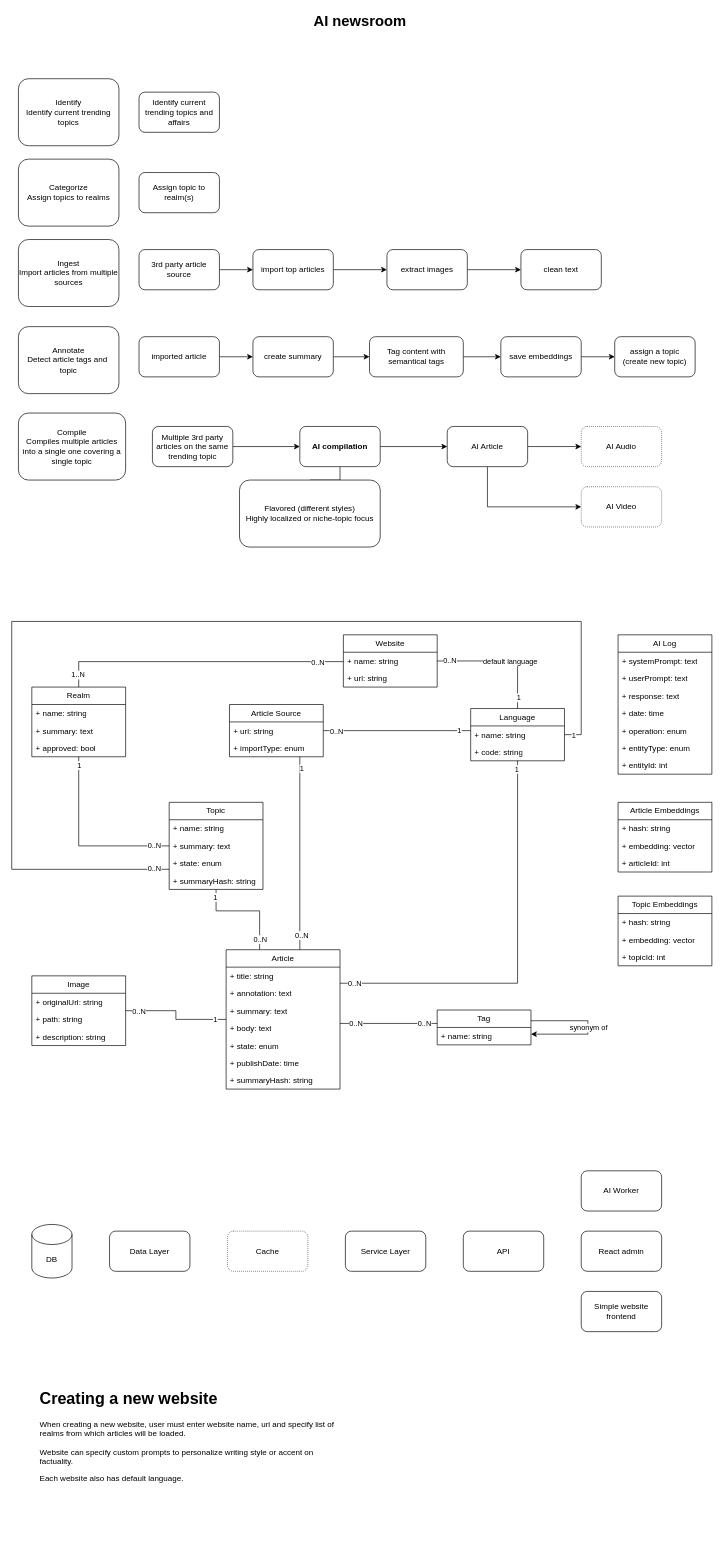
Before: doc/WorldNews.drawio in lotcz/world-news, a draw.io diagram. Source tidied: cells renumbered, new cells numbered last; positions are measured from the earlier drawing's top-left corner, leaving out a move shared by most shapes. Both pictures are drawn from the tidied source at 67%, with x=0, y=0 at pixel (11, 11).
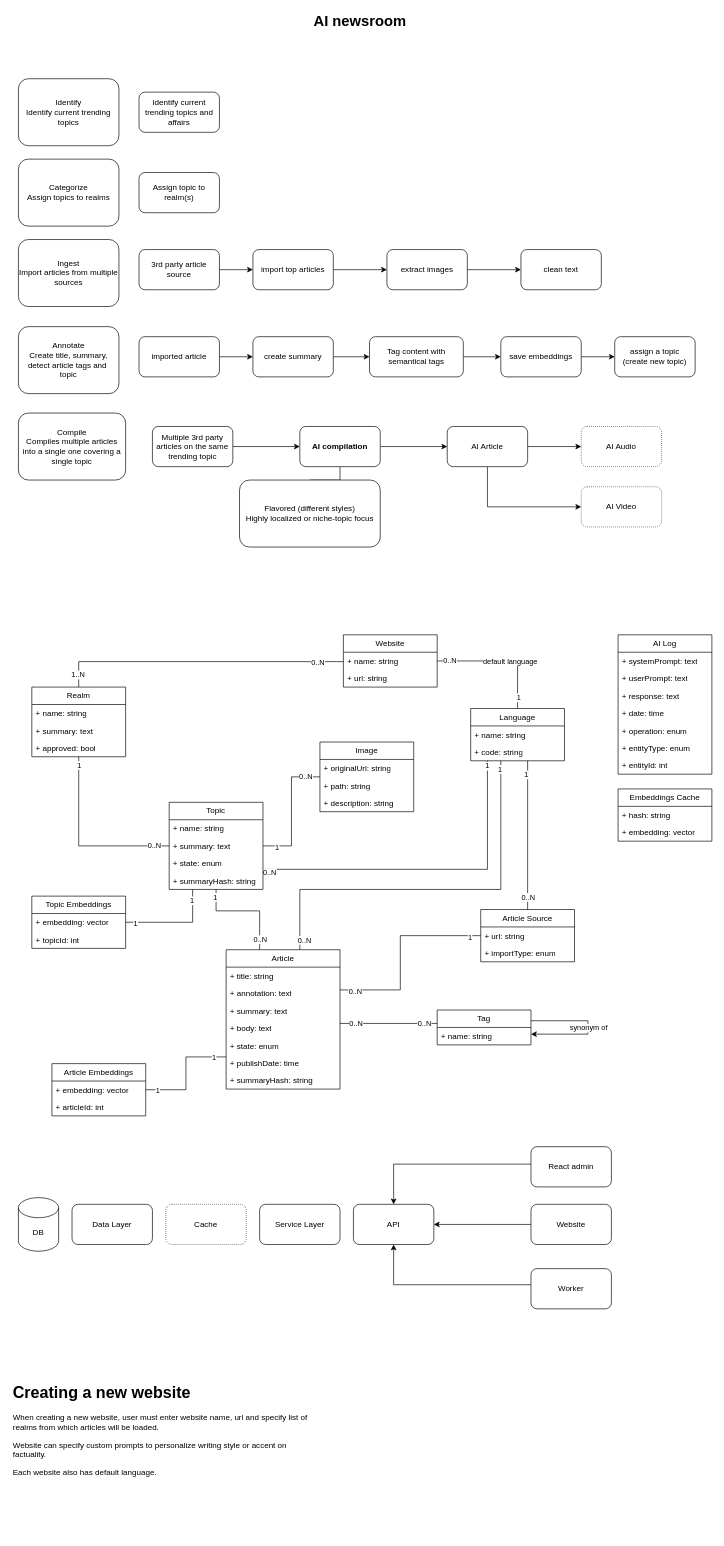
Above is the later version.

Unchanged cells that the change refers to:
```xml
<mxCell id="28" value="Topic" style="swimlane;fontStyle=0;horizontal=1;startSize=26;fillColor=none;whiteSpace=wrap;html=1;" parent="1" vertex="1">
  <mxGeometry x="235" y="1180" width="140" height="130" as="geometry" />
</mxCell>
<mxCell id="39" value="Language" style="swimlane;fontStyle=0;horizontal=1;startSize=26;fillColor=none;whiteSpace=wrap;html=1;" parent="1" vertex="1">
  <mxGeometry x="685" y="1040" width="140" height="78" as="geometry" />
</mxCell>
<mxCell id="51" value="Article" style="swimlane;fontStyle=0;horizontal=1;startSize=26;fillColor=none;whiteSpace=wrap;html=1;" parent="1" vertex="1">
  <mxGeometry x="320" y="1400" width="170" height="208" as="geometry" />
</mxCell>
```

The edit, as a diff of the source:
```diff
@@
     <mxCell id="25" style="edgeStyle=orthogonalEdgeStyle;rounded=0;jettySize=auto;html=1;endArrow=none;endFill=0;" parent="1" edge="1" source="28" target="39">
       <mxGeometry relative="1" as="geometry">
         <Array as="points">
-          <mxPoint y="1280" />
-          <mxPoint y="910" />
-          <mxPoint x="850" y="910" />
-          <mxPoint x="850" y="1079" />
+          <mxPoint x="710" y="1280" />
         </Array>
       </mxGeometry>
     </mxCell>
@@
     <mxCell id="33" style="edgeStyle=orthogonalEdgeStyle;shape=connector;rounded=0;jettySize=auto;html=1;strokeColor=default;align=center;verticalAlign=middle;fontFamily=Helvetica;fontSize=11;fontColor=default;labelBackgroundColor=default;endArrow=none;endFill=0;" parent="1" edge="1" source="36" target="39">
       <mxGeometry relative="1" as="geometry">
         <Array as="points">
-          <mxPoint x="645" y="1073" />
-          <mxPoint x="645" y="1073" />
+          <mxPoint x="770" y="1073" />
         </Array>
       </mxGeometry>
     </mxCell>
@@
     <mxCell id="36" value="Article Source" style="swimlane;fontStyle=0;horizontal=1;startSize=26;fillColor=none;whiteSpace=wrap;html=1;" parent="1" vertex="1">
-      <mxGeometry x="325" y="1034" width="140" height="78" as="geometry" />
+      <mxGeometry x="700" y="1340" width="140" height="78" as="geometry" />
     </mxCell>
@@
     <mxCell id="42" style="edgeStyle=orthogonalEdgeStyle;rounded=0;jettySize=auto;html=1;endArrow=none;endFill=0;" parent="1" edge="1" source="51" target="39">
       <mxGeometry relative="1" as="geometry">
         <Array as="points">
-          <mxPoint x="755" y="1450" />
+          <mxPoint x="430" y="1310" />
+          <mxPoint x="730" y="1310" />
         </Array>
       </mxGeometry>
     </mxCell>
@@
     <mxCell id="48" style="edgeStyle=orthogonalEdgeStyle;shape=connector;rounded=0;jettySize=auto;html=1;strokeColor=default;align=center;verticalAlign=middle;fontFamily=Helvetica;fontSize=11;fontColor=default;labelBackgroundColor=default;endArrow=none;endFill=0;" parent="1" edge="1" source="51" target="36">
       <mxGeometry relative="1" as="geometry">
         <Array as="points">
-          <mxPoint x="430" y="1330" />
-          <mxPoint x="430" y="1330" />
+          <mxPoint x="580" y="1460" />
+          <mxPoint x="580" y="1379" />
         </Array>
       </mxGeometry>
     </mxCell>
@@
-    <mxCell id="66" style="edgeStyle=orthogonalEdgeStyle;rounded=0;jettySize=auto;html=1;endArrow=none;endFill=0;" parent="1" edge="1" source="69" target="51">
+    <mxCell id="66" style="edgeStyle=orthogonalEdgeStyle;rounded=0;jettySize=auto;html=1;endArrow=none;endFill=0;" parent="1" edge="1" source="69" target="28">
       <mxGeometry relative="1" as="geometry" />
     </mxCell>
@@
     <mxCell id="69" value="Image" style="swimlane;fontStyle=0;horizontal=1;startSize=26;fillColor=none;whiteSpace=wrap;html=1;" parent="1" vertex="1">
-      <mxGeometry x="30" y="1439" width="140" height="104" as="geometry" />
+      <mxGeometry x="460" y="1090" width="140" height="104" as="geometry" />
     </mxCell>
@@
-    <mxCell id="73" value="Annotate&lt;br&gt;&lt;div&gt;Detect article tags and&amp;nbsp; topic&lt;/div&gt;" style="rounded=1;whiteSpace=wrap;html=1;" parent="1" vertex="1">
+    <mxCell id="73" value="Annotate&lt;br&gt;&lt;div&gt;Create title, summary, detect article tags and&amp;nbsp; topic&lt;/div&gt;" style="rounded=1;whiteSpace=wrap;html=1;" parent="1" vertex="1">
       <mxGeometry x="10" y="470" width="150" height="100" as="geometry" />
     </mxCell>
@@
     <mxCell id="97" value="DB" style="shape=cylinder3;whiteSpace=wrap;html=1;boundedLbl=1;backgroundOutline=1;size=15;" parent="1" vertex="1">
-      <mxGeometry x="30" y="1810" width="60" height="80" as="geometry" />
+      <mxGeometry x="10" y="1770" width="60" height="80" as="geometry" />
     </mxCell>
-    <mxCell id="98" value="AI Worker" style="rounded=1;whiteSpace=wrap;html=1;" parent="1" vertex="1">
-      <mxGeometry x="850" y="1730" width="120" height="60" as="geometry" />
-    </mxCell>
-    <mxCell id="99" value="Simple website frontend" style="rounded=1;whiteSpace=wrap;html=1;" parent="1" vertex="1">
-      <mxGeometry x="850" y="1910" width="120" height="60" as="geometry" />
-    </mxCell>
+    <mxCell id="127" style="edgeStyle=orthogonalEdgeStyle;shape=connector;rounded=0;jettySize=auto;html=1;strokeColor=default;align=center;verticalAlign=middle;fontFamily=Helvetica;fontSize=11;fontColor=default;labelBackgroundColor=default;endArrow=classic;endFill=1;" parent="1" edge="1" source="100" target="102">
+      <mxGeometry relative="1" as="geometry">
+        <Array as="points">
+          <mxPoint x="570" y="1720" />
+        </Array>
+      </mxGeometry>
+    </mxCell>
     <mxCell id="100" value="React admin" style="rounded=1;whiteSpace=wrap;html=1;" parent="1" vertex="1">
-      <mxGeometry x="850" y="1820" width="120" height="60" as="geometry" />
+      <mxGeometry x="775" y="1694" width="120" height="60" as="geometry" />
     </mxCell>
@@
     <mxCell id="102" value="API" style="rounded=1;whiteSpace=wrap;html=1;" parent="1" vertex="1">
-      <mxGeometry x="674" y="1820" width="120" height="60" as="geometry" />
+      <mxGeometry x="510" y="1780" width="120" height="60" as="geometry" />
     </mxCell>
     <mxCell id="103" value="Data Layer" style="rounded=1;whiteSpace=wrap;html=1;" parent="1" vertex="1">
-      <mxGeometry x="146" y="1820" width="120" height="60" as="geometry" />
+      <mxGeometry x="90" y="1780" width="120" height="60" as="geometry" />
     </mxCell>
     <mxCell id="104" value="Cache" style="rounded=1;whiteSpace=wrap;html=1;dashed=1;dashPattern=1 2;" parent="1" vertex="1">
-      <mxGeometry x="322" y="1820" width="120" height="60" as="geometry" />
+      <mxGeometry x="230" y="1780" width="120" height="60" as="geometry" />
     </mxCell>
     <mxCell id="105" value="Service Layer" style="rounded=1;whiteSpace=wrap;html=1;" parent="1" vertex="1">
-      <mxGeometry x="498" y="1820" width="120" height="60" as="geometry" />
+      <mxGeometry x="370" y="1780" width="120" height="60" as="geometry" />
     </mxCell>
@@
     <mxCell id="113" value="&lt;h1 style=&quot;margin-top: 0px;&quot;&gt;Creating a new website&lt;/h1&gt;&lt;p&gt;When creating a new website, user must enter website name, url and specify l&lt;span style=&quot;background-color: transparent; color: light-dark(rgb(0, 0, 0), rgb(255, 255, 255));&quot;&gt;ist of realms from which articles will be loaded.&lt;/span&gt;&lt;/p&gt;&lt;p&gt;&lt;span style=&quot;background-color: transparent; color: light-dark(rgb(0, 0, 0), rgb(255, 255, 255));&quot;&gt;Website can specify custom prompts to personalize writing style or accent on factuality.&lt;/span&gt;&lt;/p&gt;&lt;p&gt;Each website also has default language.&lt;/p&gt;" style="text;html=1;whiteSpace=wrap;overflow=hidden;rounded=0;" parent="1" vertex="1">
-      <mxGeometry x="40" y="2050" width="450" height="220" as="geometry" />
+      <mxGeometry y="2040" width="450" height="220" as="geometry" />
     </mxCell>
@@
+    <mxCell id="128" style="edgeStyle=orthogonalEdgeStyle;shape=connector;rounded=0;jettySize=auto;html=1;strokeColor=default;align=center;verticalAlign=middle;fontFamily=Helvetica;fontSize=11;fontColor=default;labelBackgroundColor=default;endArrow=none;endFill=0;" parent="1" edge="1" source="116" target="51">
+      <mxGeometry relative="1" as="geometry">
+        <Array as="points">
+          <mxPoint x="260" y="1609" />
+          <mxPoint x="260" y="1560" />
+        </Array>
+      </mxGeometry>
+    </mxCell>
+    <mxCell id="129" value="1" style="edgeLabel;html=1;align=center;verticalAlign=middle;fontFamily=Helvetica;fontSize=11;fontColor=default;labelBackgroundColor=default;" parent="128" vertex="1">
+      <mxGeometry x="0.78" relative="1" as="geometry" />
+    </mxCell>
+    <mxCell id="130" value="1" style="edgeLabel;html=1;align=center;verticalAlign=middle;fontFamily=Helvetica;fontSize=11;fontColor=default;labelBackgroundColor=default;" parent="128" vertex="1">
+      <mxGeometry x="-0.8" relative="1" as="geometry" />
+    </mxCell>
     <mxCell id="116" value="Article Embeddings" style="swimlane;fontStyle=0;horizontal=1;startSize=26;fillColor=none;whiteSpace=wrap;html=1;" parent="1" vertex="1">
-      <mxGeometry x="905" y="1180" width="140" height="104" as="geometry" />
+      <mxGeometry x="60" y="1570" width="140" height="78" as="geometry" />
     </mxCell>
-    <mxCell id="117" value="+ hash: string" style="text;strokeColor=none;fillColor=none;align=left;verticalAlign=top;spacingLeft=4;spacingRight=4;overflow=hidden;whiteSpace=wrap;html=1;" parent="116" vertex="1">
-      <mxGeometry y="26" width="140" height="26" as="geometry" />
-    </mxCell>
     <mxCell id="118" value="+ embedding: vector" style="text;strokeColor=none;fillColor=none;align=left;verticalAlign=top;spacingLeft=4;spacingRight=4;overflow=hidden;whiteSpace=wrap;html=1;" parent="116" vertex="1">
-      <mxGeometry y="52" width="140" height="26" as="geometry" />
+      <mxGeometry y="26" width="140" height="26" as="geometry" />
     </mxCell>
     <mxCell id="119" value="+ articleId: int" style="text;strokeColor=none;fillColor=none;align=left;verticalAlign=top;spacingLeft=4;spacingRight=4;overflow=hidden;whiteSpace=wrap;html=1;" parent="116" vertex="1">
-      <mxGeometry y="78" width="140" height="26" as="geometry" />
+      <mxGeometry y="52" width="140" height="26" as="geometry" />
     </mxCell>
+    <mxCell id="131" style="edgeStyle=orthogonalEdgeStyle;rounded=0;jettySize=auto;html=1;endArrow=none;endFill=0;" parent="1" edge="1" source="120" target="28">
+      <mxGeometry relative="1" as="geometry">
+        <Array as="points">
+          <mxPoint x="270" y="1359" />
+        </Array>
+      </mxGeometry>
+    </mxCell>
+    <mxCell id="132" value="1" style="edgeLabel;html=1;align=center;verticalAlign=middle;" parent="131" vertex="1">
+      <mxGeometry x="0.79" y="2" relative="1" as="geometry" />
+    </mxCell>
+    <mxCell id="133" value="1" style="edgeLabel;html=1;align=center;verticalAlign=middle;" parent="131" vertex="1">
+      <mxGeometry x="-0.81" y="-1" relative="1" as="geometry" />
+    </mxCell>
     <mxCell id="120" value="Topic Embeddings" style="swimlane;fontStyle=0;horizontal=1;startSize=26;fillColor=none;whiteSpace=wrap;html=1;" parent="1" vertex="1">
-      <mxGeometry x="905" y="1320" width="140" height="104" as="geometry" />
+      <mxGeometry x="30" y="1320" width="140" height="78" as="geometry" />
     </mxCell>
-    <mxCell id="121" value="+ hash: string" style="text;strokeColor=none;fillColor=none;align=left;verticalAlign=top;spacingLeft=4;spacingRight=4;overflow=hidden;whiteSpace=wrap;html=1;" parent="120" vertex="1">
-      <mxGeometry y="26" width="140" height="26" as="geometry" />
-    </mxCell>
     <mxCell id="122" value="+ embedding: vector" style="text;strokeColor=none;fillColor=none;align=left;verticalAlign=top;spacingLeft=4;spacingRight=4;overflow=hidden;whiteSpace=wrap;html=1;" parent="120" vertex="1">
-      <mxGeometry y="52" width="140" height="26" as="geometry" />
+      <mxGeometry y="26" width="140" height="26" as="geometry" />
     </mxCell>
     <mxCell id="123" value="+ topicId: int" style="text;strokeColor=none;fillColor=none;align=left;verticalAlign=top;spacingLeft=4;spacingRight=4;overflow=hidden;whiteSpace=wrap;html=1;" parent="120" vertex="1">
-      <mxGeometry y="78" width="140" height="26" as="geometry" />
+      <mxGeometry y="52" width="140" height="26" as="geometry" />
     </mxCell>
@@
+    <mxCell id="134" style="edgeStyle=orthogonalEdgeStyle;rounded=0;jettySize=auto;html=1;" parent="1" edge="1" source="135" target="102">
+      <mxGeometry relative="1" as="geometry">
+        <Array as="points">
+          <mxPoint x="690" y="1810" />
+          <mxPoint x="690" y="1810" />
+        </Array>
+      </mxGeometry>
+    </mxCell>
+    <mxCell id="135" value="Website" style="rounded=1;whiteSpace=wrap;html=1;" parent="1" vertex="1">
+      <mxGeometry x="775" y="1780" width="120" height="60" as="geometry" />
+    </mxCell>
+    <mxCell id="136" style="edgeStyle=orthogonalEdgeStyle;rounded=0;jettySize=auto;html=1;" parent="1" edge="1" source="137" target="102">
+      <mxGeometry relative="1" as="geometry">
+        <Array as="points">
+          <mxPoint x="570" y="1900" />
+        </Array>
+      </mxGeometry>
+    </mxCell>
+    <mxCell id="137" value="Worker" style="rounded=1;whiteSpace=wrap;html=1;" parent="1" vertex="1">
+      <mxGeometry x="775" y="1876" width="120" height="60" as="geometry" />
+    </mxCell>
+    <mxCell id="138" value="Embeddings Cache" style="swimlane;fontStyle=0;horizontal=1;startSize=26;fillColor=none;whiteSpace=wrap;html=1;" parent="1" vertex="1">
+      <mxGeometry x="905" y="1160" width="140" height="78" as="geometry" />
+    </mxCell>
+    <mxCell id="139" value="+ hash: string" style="text;strokeColor=none;fillColor=none;align=left;verticalAlign=top;spacingLeft=4;spacingRight=4;overflow=hidden;whiteSpace=wrap;html=1;" parent="138" vertex="1">
+      <mxGeometry y="26" width="140" height="26" as="geometry" />
+    </mxCell>
+    <mxCell id="140" value="+ embedding: vector" style="text;strokeColor=none;fillColor=none;align=left;verticalAlign=top;spacingLeft=4;spacingRight=4;overflow=hidden;whiteSpace=wrap;html=1;" parent="138" vertex="1">
+      <mxGeometry y="52" width="140" height="26" as="geometry" />
+    </mxCell>
```
